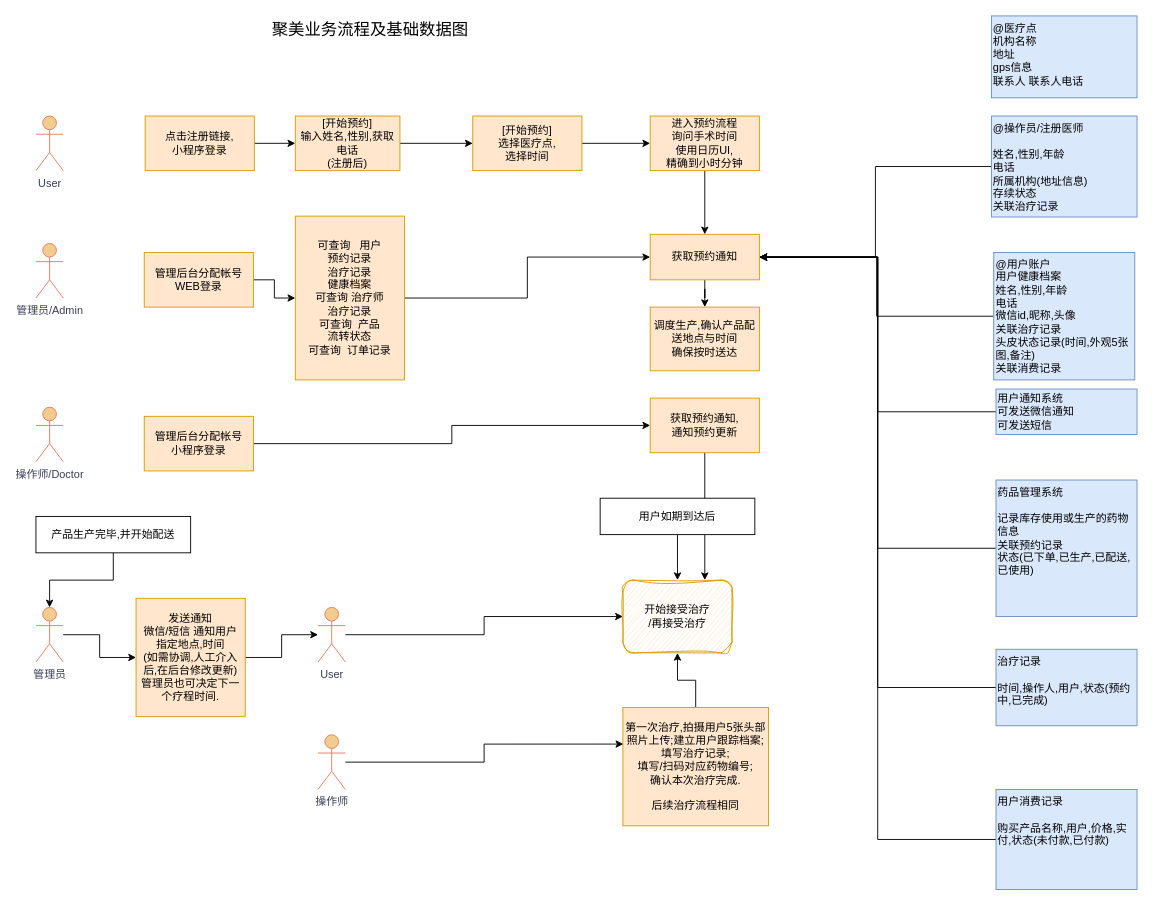
Before: huaqinApp.drawio in 42atom/desgindata, a draw.io diagram. Source tidied: cells renumbered, new cells numbered last; positions are measured from the earlier drawing's top-left corner, leaving out a move shared by most shapes. Both pictures are drawn from the tidied source at 91%, with x=0, y=0 at pixel (35, 15).
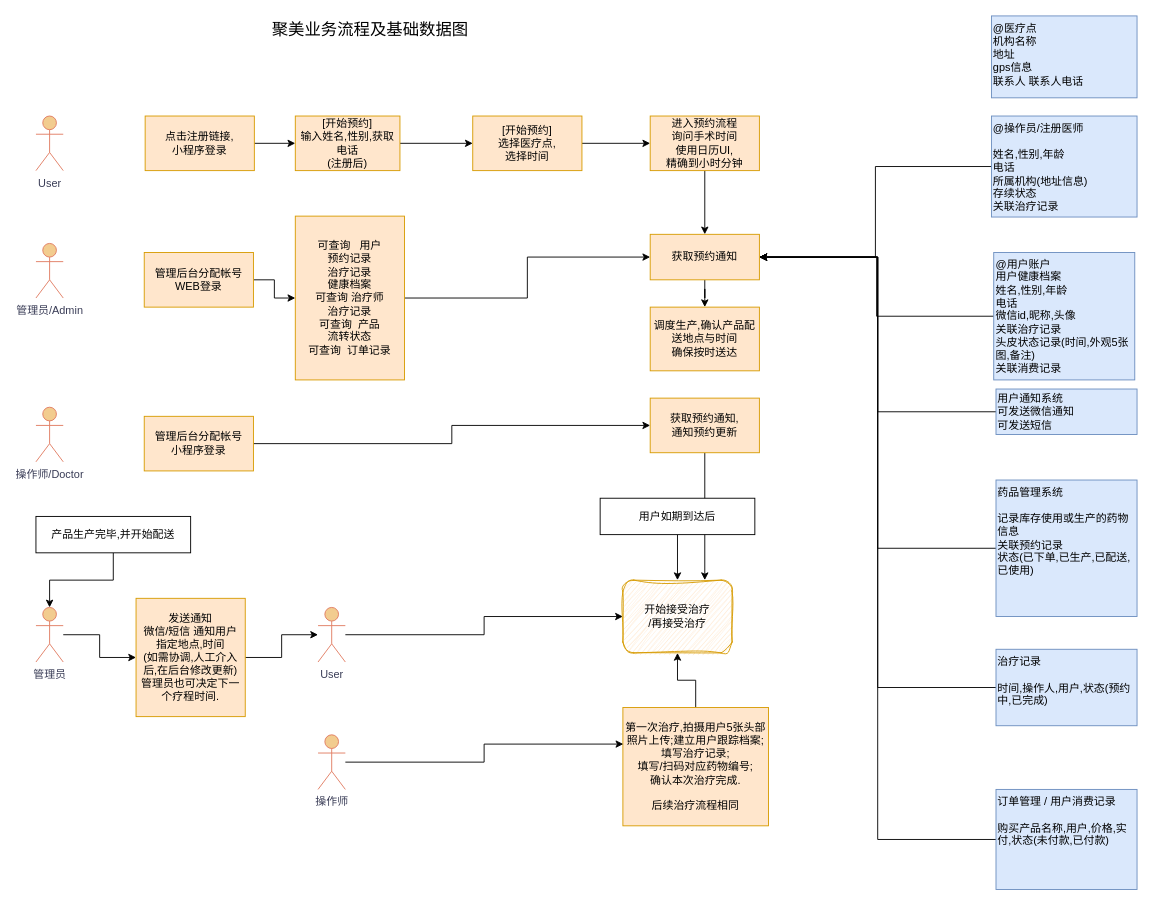
After the change.

The edit, as a diff of the source:
```diff
@@
-    <mxCell id="45" value="用户消费记录&lt;br&gt;&lt;br&gt;购买产品名称,用户,价格,实付,状态(未付款,已付款)" style="rounded=0;whiteSpace=wrap;html=1;fillColor=#dae8fc;strokeColor=#6c8ebf;align=left;verticalAlign=top;" parent="1" vertex="1">
+    <mxCell id="45" value="订单管理 / 用户消费记录&lt;br&gt;&lt;br&gt;购买产品名称,用户,价格,实付,状态(未付款,已付款)" style="rounded=0;whiteSpace=wrap;html=1;fillColor=#dae8fc;strokeColor=#6c8ebf;align=left;verticalAlign=top;" parent="1" vertex="1">
       <mxGeometry x="1055" y="850" width="155" height="110" as="geometry" />
     </mxCell>
```
